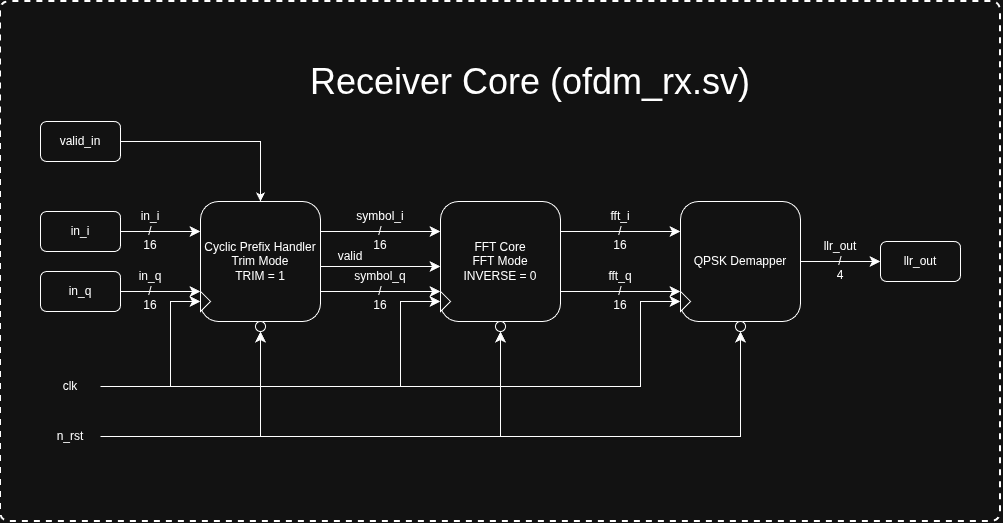
This is diagrams/receivercorertl.png from Yauk-An-Ant/OFDM-Baseband-PHY-FPGA, a draw.io export, as it was before one commit. Source tidied: cells renumbered, new cells last; positions are measured from the earlier drawing's top-left corner, leaving out a move shared by most shapes.
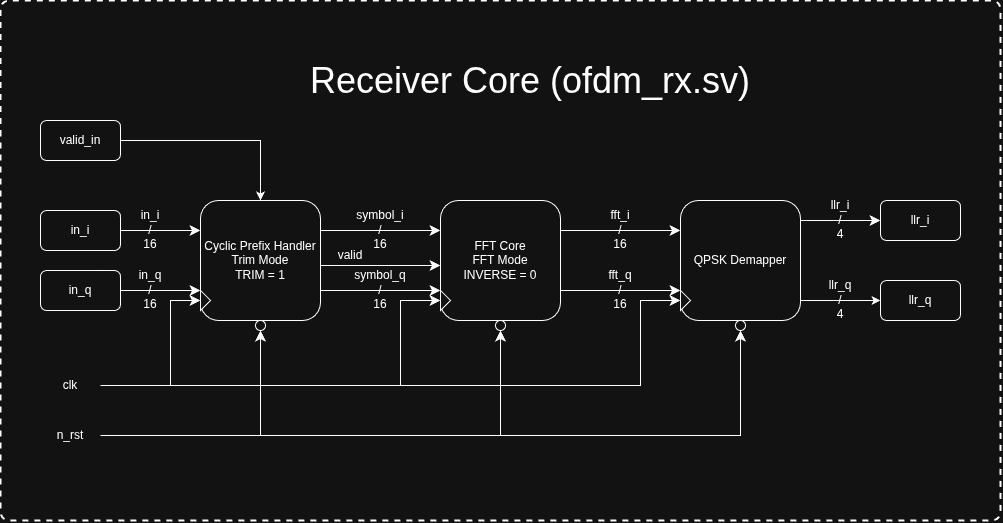
Later version of the same file.

Commit message:
Receiver diagram fix

Diff of the diagram source:
```diff
@@ -2,14 +2,17 @@
   <root>
     <mxCell id="0" />
     <mxCell id="1" parent="0" />
+    <mxCell id="42" value="&lt;div&gt;&lt;br&gt;&lt;/div&gt;&lt;div&gt;&lt;br&gt;&lt;/div&gt;llr_q&lt;br&gt;&lt;div&gt;/&lt;/div&gt;&lt;div&gt;4&lt;/div&gt;" style="text;html=1;whiteSpace=wrap;strokeColor=none;fillColor=none;align=center;verticalAlign=middle;rounded=0;fontFamily=Helvetica;fontSize=12;fontColor=default;labelBackgroundColor=default;" parent="1" vertex="1">
+      <mxGeometry x="810" y="270" width="60" height="30" as="geometry" />
+    </mxCell>
     <mxCell id="2" value="&lt;div&gt;&lt;br&gt;&lt;/div&gt;&lt;div&gt;&lt;br&gt;&lt;/div&gt;in_q&lt;div&gt;/&lt;/div&gt;&lt;div&gt;16&lt;/div&gt;" style="text;html=1;whiteSpace=wrap;strokeColor=none;fillColor=none;align=center;verticalAlign=middle;rounded=0;fontFamily=Helvetica;fontSize=12;fontColor=default;labelBackgroundColor=default;" parent="1" vertex="1">
       <mxGeometry x="120" y="260" width="60" height="30" as="geometry" />
     </mxCell>
     <mxCell id="3" value="&lt;div&gt;&lt;br&gt;&lt;/div&gt;&lt;div&gt;&lt;br&gt;&lt;/div&gt;in_i&lt;div&gt;/&lt;/div&gt;&lt;div&gt;16&lt;/div&gt;" style="text;html=1;whiteSpace=wrap;strokeColor=none;fillColor=none;align=center;verticalAlign=middle;rounded=0;fontFamily=Helvetica;fontSize=12;fontColor=default;labelBackgroundColor=default;" parent="1" vertex="1">
       <mxGeometry x="120" y="200" width="60" height="30" as="geometry" />
     </mxCell>
-    <mxCell id="4" value="&lt;div&gt;&lt;br&gt;&lt;/div&gt;&lt;div&gt;&lt;br&gt;&lt;/div&gt;llr_out&lt;br&gt;&lt;div&gt;/&lt;/div&gt;&lt;div&gt;4&lt;/div&gt;" style="text;html=1;whiteSpace=wrap;strokeColor=none;fillColor=none;align=center;verticalAlign=middle;rounded=0;fontFamily=Helvetica;fontSize=12;fontColor=default;labelBackgroundColor=default;" parent="1" vertex="1">
-      <mxGeometry x="810" y="230" width="60" height="30" as="geometry" />
+    <mxCell id="4" value="&lt;div&gt;&lt;br&gt;&lt;/div&gt;&lt;div&gt;&lt;br&gt;&lt;/div&gt;llr_i&lt;br&gt;&lt;div&gt;/&lt;/div&gt;&lt;div&gt;4&lt;/div&gt;" style="text;html=1;whiteSpace=wrap;strokeColor=none;fillColor=none;align=center;verticalAlign=middle;rounded=0;fontFamily=Helvetica;fontSize=12;fontColor=default;labelBackgroundColor=default;" parent="1" vertex="1">
+      <mxGeometry x="810" y="190" width="60" height="30" as="geometry" />
     </mxCell>
     <mxCell id="5" value="&lt;div&gt;&lt;br&gt;&lt;/div&gt;&lt;div&gt;&lt;br&gt;&lt;/div&gt;symbol_q&lt;div&gt;/&lt;/div&gt;&lt;div&gt;16&lt;/div&gt;" style="text;html=1;whiteSpace=wrap;strokeColor=none;fillColor=none;align=center;verticalAlign=middle;rounded=0;fontFamily=Helvetica;fontSize=12;fontColor=default;labelBackgroundColor=default;" parent="1" vertex="1">
       <mxGeometry x="350" y="260" width="60" height="30" as="geometry" />
@@ -47,9 +50,20 @@
     <mxCell id="15" value="FFT Core&lt;div&gt;FFT Mode&lt;/div&gt;&lt;div&gt;INVERSE = 0&lt;/div&gt;" style="rounded=1;whiteSpace=wrap;html=1;" parent="1" vertex="1">
       <mxGeometry x="440" y="200" width="120" height="120" as="geometry" />
     </mxCell>
-    <mxCell id="16" style="edgeStyle=orthogonalEdgeStyle;shape=connector;rounded=0;jettySize=auto;html=1;exitX=1;exitY=0.5;exitDx=0;exitDy=0;entryX=0;entryY=0.5;entryDx=0;entryDy=0;strokeColor=default;align=center;verticalAlign=middle;fontFamily=Helvetica;fontSize=12;fontColor=default;labelBackgroundColor=default;startSize=8;endArrow=classic;endSize=8;" parent="1" edge="1" source="17" target="38">
-      <mxGeometry relative="1" as="geometry" />
+    <mxCell id="16" style="edgeStyle=orthogonalEdgeStyle;shape=connector;rounded=0;jettySize=auto;html=1;exitX=1;exitY=0.25;exitDx=0;exitDy=0;entryX=0;entryY=0.5;entryDx=0;entryDy=0;strokeColor=default;align=center;verticalAlign=middle;fontFamily=Helvetica;fontSize=12;fontColor=default;labelBackgroundColor=default;startSize=8;endArrow=classic;endSize=8;" parent="1" edge="1" source="17" target="38">
+      <mxGeometry relative="1" as="geometry">
+        <Array as="points">
+          <mxPoint x="800" y="220" />
+        </Array>
+      </mxGeometry>
     </mxCell>
+    <mxCell id="43" style="edgeStyle=orthogonalEdgeStyle;rounded=0;jettySize=auto;html=1;exitX=1;exitY=0.75;exitDx=0;exitDy=0;entryX=0;entryY=0.5;entryDx=0;entryDy=0;" parent="1" edge="1" source="17" target="44">
+      <mxGeometry relative="1" as="geometry">
+        <Array as="points">
+          <mxPoint x="800" y="300" />
+        </Array>
+      </mxGeometry>
+    </mxCell>
     <mxCell id="17" value="QPSK Demapper" style="rounded=1;whiteSpace=wrap;html=1;" parent="1" vertex="1">
       <mxGeometry x="680" y="200" width="120" height="120" as="geometry" />
     </mxCell>
@@ -137,8 +151,8 @@
     <mxCell id="37" value="in_q" style="rounded=1;whiteSpace=wrap;html=1;fontFamily=Helvetica;fontSize=12;fontColor=default;labelBackgroundColor=default;" parent="1" vertex="1">
       <mxGeometry x="40" y="270" width="80" height="40" as="geometry" />
     </mxCell>
-    <mxCell id="38" value="llr_out" style="rounded=1;whiteSpace=wrap;html=1;fontFamily=Helvetica;fontSize=12;fontColor=default;labelBackgroundColor=default;" parent="1" vertex="1">
-      <mxGeometry x="880" y="240" width="80" height="40" as="geometry" />
+    <mxCell id="38" value="llr_i" style="rounded=1;whiteSpace=wrap;html=1;fontFamily=Helvetica;fontSize=12;fontColor=default;labelBackgroundColor=default;" parent="1" vertex="1">
+      <mxGeometry x="880" y="200" width="80" height="40" as="geometry" />
     </mxCell>
     <mxCell id="39" value="valid" style="text;html=1;whiteSpace=wrap;strokeColor=none;fillColor=none;align=center;verticalAlign=middle;rounded=0;" parent="1" vertex="1">
       <mxGeometry x="320" y="240" width="60" height="30" as="geometry" />
@@ -149,5 +163,8 @@
     <mxCell id="41" value="valid_in" style="rounded=1;whiteSpace=wrap;html=1;fontFamily=Helvetica;fontSize=12;fontColor=default;labelBackgroundColor=default;" parent="1" vertex="1">
       <mxGeometry x="40" y="120" width="80" height="40" as="geometry" />
     </mxCell>
+    <mxCell id="44" value="llr_q" style="rounded=1;whiteSpace=wrap;html=1;fontFamily=Helvetica;fontSize=12;fontColor=default;labelBackgroundColor=default;" parent="1" vertex="1">
+      <mxGeometry x="880" y="280" width="80" height="40" as="geometry" />
+    </mxCell>
   </root>
 </mxGraphModel>
```
